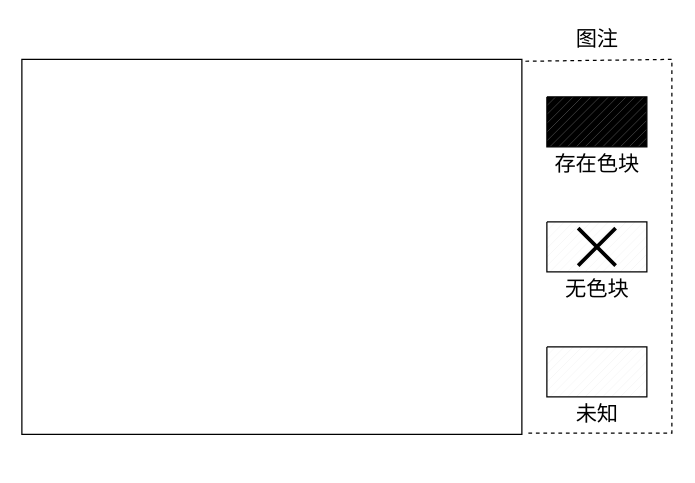
Before: Untitled Diagram9.drawio in Thomas-Pynchon/Thomas-Pynchon.github.io, a draw.io diagram. Source tidied: cells renumbered, new cells numbered last; positions are measured from the earlier drawing's top-left corner, leaving out a move shared by most shapes. Both pictures are drawn from the tidied source at 125%, with x=0, y=0 at pixel (21, 21).
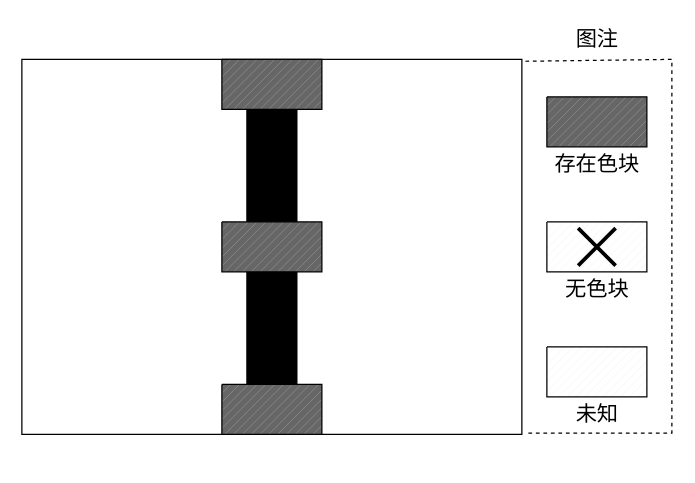
The same diagram, later.

Change to the diagram source:
```diff
@@
 <mxGraphModel>
   <root>
     <mxCell id="0" />
     <mxCell id="1" parent="0" />
     <mxCell id="2" style="verticalLabelPosition=bottom;verticalAlign=top;html=1;shape=mxgraph.basic.rect;fillColor2=none;strokeWidth=1;size=20;indent=5;" parent="1" vertex="1">
       <mxGeometry y="30" width="400" height="300" as="geometry" />
     </mxCell>
     <mxCell id="3" style="endArrow=none;dashed=1;html=1;rounded=0;exitX=1.007;exitY=0.005;exitDx=0;exitDy=0;exitPerimeter=0;entryX=1.01;entryY=0.997;entryDx=0;entryDy=0;entryPerimeter=0;" parent="1" edge="1" source="2" target="2">
       <mxGeometry relative="1" as="geometry">
         <Array as="points">
           <mxPoint x="520" y="30" />
           <mxPoint x="520" y="329" />
         </Array>
       </mxGeometry>
     </mxCell>
-    <mxCell id="4" style="verticalLabelPosition=bottom;verticalAlign=top;html=1;shape=mxgraph.basic.patternFillRect;fillStyle=diag;step=5;fillStrokeWidth=0.2;fillStrokeColor=#dddddd;fillColor=#000000;" parent="1" vertex="1">
+    <mxCell id="4" style="verticalLabelPosition=bottom;verticalAlign=top;html=1;shape=mxgraph.basic.patternFillRect;fillStyle=diag;step=5;fillStrokeWidth=0.2;fillStrokeColor=#dddddd;fillColor=#666666;" parent="1" vertex="1">
       <mxGeometry x="420" y="60" width="80" height="40" as="geometry" />
     </mxCell>
     <mxCell id="5" style="verticalLabelPosition=bottom;verticalAlign=top;html=1;shape=mxgraph.basic.patternFillRect;fillStyle=diag;step=5;fillStrokeWidth=0.2;fillStrokeColor=#dddddd;fillColor=#FFFFFF;" parent="1" vertex="1">
       <mxGeometry x="420" y="160" width="80" height="40" as="geometry" />
     </mxCell>
     <mxCell id="6" style="verticalLabelPosition=bottom;verticalAlign=top;html=1;shape=mxgraph.basic.patternFillRect;fillStyle=diag;step=5;fillStrokeWidth=0.2;fillStrokeColor=#dddddd;fillColor=#FFFFFF;" parent="1" vertex="1">
       <mxGeometry x="420" y="260" width="80" height="40" as="geometry" />
     </mxCell>
     <mxCell id="7" style="shape=umlDestroy;whiteSpace=wrap;html=1;strokeWidth=3;fillColor=#FFFFFF;" parent="1" vertex="1">
       <mxGeometry x="445" y="165" width="30" height="30" as="geometry" />
     </mxCell>
     <mxCell id="8" value="图注" style="text;html=1;align=center;verticalAlign=middle;strokeColor=none;fillColor=none;fontSize=17;" parent="1" vertex="1">
       <mxGeometry x="435" width="50" height="30" as="geometry" />
     </mxCell>
     <mxCell id="9" value="存在色块" style="text;html=1;align=center;verticalAlign=middle;strokeColor=none;fillColor=none;fontSize=17;" parent="1" vertex="1">
       <mxGeometry x="420" y="100" width="80" height="30" as="geometry" />
     </mxCell>
     <mxCell id="10" value="无色块" style="text;html=1;align=center;verticalAlign=middle;strokeColor=none;fillColor=none;fontSize=17;" parent="1" vertex="1">
       <mxGeometry x="425" y="200" width="70" height="30" as="geometry" />
     </mxCell>
     <mxCell id="11" value="未知" style="text;html=1;align=center;verticalAlign=middle;strokeColor=none;fillColor=none;fontSize=17;" parent="1" vertex="1">
       <mxGeometry x="435" y="300" width="50" height="30" as="geometry" />
     </mxCell>
+    <mxCell id="12" style="endArrow=none;html=1;rounded=0;fontSize=17;endSize=6;jumpSize=7;strokeWidth=41;" parent="1" edge="1">
+      <mxGeometry relative="1" as="geometry">
+        <mxPoint x="200" y="330" as="sourcePoint" />
+        <mxPoint x="200" y="30" as="targetPoint" />
+        <Array as="points">
+          <mxPoint x="200" y="150" />
+        </Array>
+      </mxGeometry>
+    </mxCell>
+    <mxCell id="13" style="verticalLabelPosition=bottom;verticalAlign=top;html=1;shape=mxgraph.basic.patternFillRect;fillStyle=diag;step=5;fillStrokeWidth=0.2;fillStrokeColor=#dddddd;fillColor=#666666;" parent="1" vertex="1">
+      <mxGeometry x="160" y="30" width="80" height="40" as="geometry" />
+    </mxCell>
+    <mxCell id="14" style="verticalLabelPosition=bottom;verticalAlign=top;html=1;shape=mxgraph.basic.patternFillRect;fillStyle=diag;step=5;fillStrokeWidth=0.2;fillStrokeColor=#dddddd;fillColor=#666666;" parent="1" vertex="1">
+      <mxGeometry x="160" y="160" width="80" height="40" as="geometry" />
+    </mxCell>
+    <mxCell id="15" style="verticalLabelPosition=bottom;verticalAlign=top;html=1;shape=mxgraph.basic.patternFillRect;fillStyle=diag;step=5;fillStrokeWidth=0.2;fillStrokeColor=#dddddd;fillColor=#666666;" parent="1" vertex="1">
+      <mxGeometry x="160" y="290" width="80" height="40" as="geometry" />
+    </mxCell>
   </root>
 </mxGraphModel>
```
